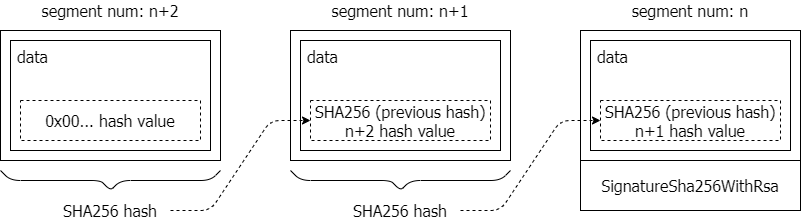
Above: img/acm21-hash01.png in uni2u/difs (draw.io), before the change. Source tidied: cells renumbered, new cells last; positions are measured from the earlier drawing's top-left corner, leaving out a move shared by most shapes.
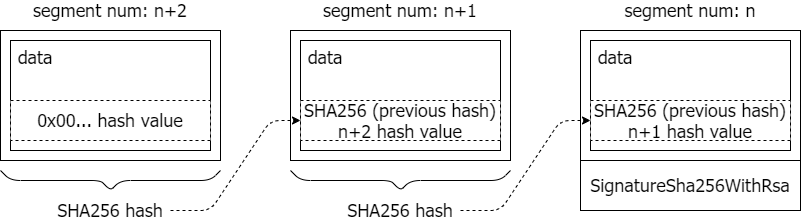
Later version of the same file.

The edit, as a diff of the source:
```diff
@@ -2,43 +2,43 @@
   <root>
     <mxCell id="0" />
     <mxCell id="1" parent="0" />
-    <mxCell id="2" style="rounded=0;whiteSpace=wrap;html=1;fontFamily=Tahoma;fontSize=16;" parent="1" vertex="1">
+    <mxCell id="2" style="rounded=0;whiteSpace=wrap;html=1;fontFamily=Tahoma;fontSize=18;" parent="1" vertex="1">
       <mxGeometry y="30" width="220" height="130" as="geometry" />
     </mxCell>
-    <mxCell id="3" value="&amp;nbsp;data" style="rounded=0;whiteSpace=wrap;html=1;fontFamily=Tahoma;fontSize=16;align=left;verticalAlign=top;" parent="1" vertex="1">
+    <mxCell id="3" value="&amp;nbsp;data" style="rounded=0;whiteSpace=wrap;html=1;fontFamily=Tahoma;fontSize=18;align=left;verticalAlign=top;" parent="1" vertex="1">
       <mxGeometry x="10" y="40" width="200" height="110" as="geometry" />
     </mxCell>
-    <mxCell id="4" value="0x00... hash value" style="rounded=0;whiteSpace=wrap;html=1;fontFamily=Tahoma;fontSize=16;align=center;dashed=1;" parent="1" vertex="1">
-      <mxGeometry x="20" y="100" width="180" height="40" as="geometry" />
+    <mxCell id="4" value="0x00... hash value" style="rounded=0;whiteSpace=wrap;html=1;fontFamily=Tahoma;fontSize=18;align=center;dashed=1;" parent="1" vertex="1">
+      <mxGeometry x="10" y="100" width="200" height="40" as="geometry" />
     </mxCell>
-    <mxCell id="5" style="rounded=0;whiteSpace=wrap;html=1;fontFamily=Tahoma;fontSize=16;" parent="1" vertex="1">
+    <mxCell id="5" style="rounded=0;whiteSpace=wrap;html=1;fontFamily=Tahoma;fontSize=18;" parent="1" vertex="1">
       <mxGeometry x="290" y="30" width="220" height="130" as="geometry" />
     </mxCell>
-    <mxCell id="6" value="&amp;nbsp;data" style="rounded=0;whiteSpace=wrap;html=1;fontFamily=Tahoma;fontSize=16;align=left;verticalAlign=top;" parent="1" vertex="1">
+    <mxCell id="6" value="&amp;nbsp;data" style="rounded=0;whiteSpace=wrap;html=1;fontFamily=Tahoma;fontSize=18;align=left;verticalAlign=top;" parent="1" vertex="1">
       <mxGeometry x="300" y="40" width="200" height="110" as="geometry" />
     </mxCell>
-    <mxCell id="7" value="SHA256 (previous hash)&lt;br style=&quot;font-size: 16px;&quot;&gt;n+2 hash value" style="rounded=0;whiteSpace=wrap;html=1;fontFamily=Tahoma;fontSize=16;align=center;dashed=1;" parent="1" vertex="1">
-      <mxGeometry x="310" y="100" width="180" height="40" as="geometry" />
+    <mxCell id="7" value="SHA256 (previous hash)&lt;br style=&quot;font-size: 18px;&quot;&gt;n+2 hash value" style="rounded=0;whiteSpace=wrap;html=1;fontFamily=Tahoma;fontSize=18;align=center;dashed=1;" parent="1" vertex="1">
+      <mxGeometry x="300" y="100" width="200" height="40" as="geometry" />
     </mxCell>
-    <mxCell id="8" style="rounded=0;whiteSpace=wrap;html=1;fontFamily=Tahoma;fontSize=16;" parent="1" vertex="1">
+    <mxCell id="8" style="rounded=0;whiteSpace=wrap;html=1;fontFamily=Tahoma;fontSize=18;" parent="1" vertex="1">
       <mxGeometry x="580" y="30" width="220" height="130" as="geometry" />
     </mxCell>
-    <mxCell id="9" value="&amp;nbsp;data" style="rounded=0;whiteSpace=wrap;html=1;fontFamily=Tahoma;fontSize=16;align=left;verticalAlign=top;" parent="1" vertex="1">
+    <mxCell id="9" value="&amp;nbsp;data" style="rounded=0;whiteSpace=wrap;html=1;fontFamily=Tahoma;fontSize=18;align=left;verticalAlign=top;" parent="1" vertex="1">
       <mxGeometry x="590" y="40" width="200" height="110" as="geometry" />
     </mxCell>
-    <mxCell id="10" value="SHA256 (previous hash)&lt;br style=&quot;font-size: 16px;&quot;&gt;n+1 hash value" style="rounded=0;whiteSpace=wrap;html=1;fontFamily=Tahoma;fontSize=16;align=center;dashed=1;" parent="1" vertex="1">
-      <mxGeometry x="600" y="100" width="180" height="40" as="geometry" />
+    <mxCell id="10" value="SHA256 (previous hash)&lt;br style=&quot;font-size: 18px;&quot;&gt;n+1 hash value" style="rounded=0;whiteSpace=wrap;html=1;fontFamily=Tahoma;fontSize=18;align=center;dashed=1;" parent="1" vertex="1">
+      <mxGeometry x="590" y="100" width="200" height="40" as="geometry" />
     </mxCell>
-    <mxCell id="11" value="segment num: n+2" style="text;html=1;strokeColor=none;fillColor=none;align=center;verticalAlign=middle;whiteSpace=wrap;rounded=0;dashed=1;fontFamily=Tahoma;fontSize=16;" parent="1" vertex="1">
+    <mxCell id="11" value="segment num: n+2" style="text;html=1;strokeColor=none;fillColor=none;align=center;verticalAlign=middle;whiteSpace=wrap;rounded=0;dashed=1;fontFamily=Tahoma;fontSize=18;" parent="1" vertex="1">
       <mxGeometry width="220" height="20" as="geometry" />
     </mxCell>
-    <mxCell id="12" value="segment num: n+1" style="text;html=1;strokeColor=none;fillColor=none;align=center;verticalAlign=middle;whiteSpace=wrap;rounded=0;dashed=1;fontFamily=Tahoma;fontSize=16;" parent="1" vertex="1">
+    <mxCell id="12" value="segment num: n+1" style="text;html=1;strokeColor=none;fillColor=none;align=center;verticalAlign=middle;whiteSpace=wrap;rounded=0;dashed=1;fontFamily=Tahoma;fontSize=18;" parent="1" vertex="1">
       <mxGeometry x="290" width="220" height="20" as="geometry" />
     </mxCell>
-    <mxCell id="13" value="segment num: n" style="text;html=1;strokeColor=none;fillColor=none;align=center;verticalAlign=middle;whiteSpace=wrap;rounded=0;dashed=1;fontFamily=Tahoma;fontSize=16;" parent="1" vertex="1">
+    <mxCell id="13" value="segment num: n" style="text;html=1;strokeColor=none;fillColor=none;align=center;verticalAlign=middle;whiteSpace=wrap;rounded=0;dashed=1;fontFamily=Tahoma;fontSize=18;" parent="1" vertex="1">
       <mxGeometry x="580" width="220" height="20" as="geometry" />
     </mxCell>
-    <mxCell id="14" style="endArrow=none;html=1;fontFamily=Tahoma;fontSize=16;" parent="1" edge="1">
+    <mxCell id="14" style="endArrow=none;html=1;fontFamily=Tahoma;fontSize=18;" parent="1" edge="1">
       <mxGeometry relative="1" as="geometry">
         <mxPoint x="220" y="170" as="sourcePoint" />
         <mxPoint y="170" as="targetPoint" />
@@ -51,10 +51,10 @@
         </Array>
       </mxGeometry>
     </mxCell>
-    <mxCell id="15" value="SHA256 hash" style="text;html=1;strokeColor=none;fillColor=none;align=center;verticalAlign=middle;whiteSpace=wrap;rounded=0;dashed=1;fontFamily=Tahoma;fontSize=16;" parent="1" vertex="1">
+    <mxCell id="15" value="SHA256 hash" style="text;html=1;strokeColor=none;fillColor=none;align=center;verticalAlign=middle;whiteSpace=wrap;rounded=0;dashed=1;fontFamily=Tahoma;fontSize=18;" parent="1" vertex="1">
       <mxGeometry x="50" y="200" width="120" height="20" as="geometry" />
     </mxCell>
-    <mxCell id="16" style="endArrow=classic;html=1;fontFamily=Tahoma;fontSize=16;exitX=1;exitY=0.5;exitDx=0;exitDy=0;entryX=0;entryY=0.5;entryDx=0;entryDy=0;dashed=1;" parent="1" edge="1" source="15" target="7">
+    <mxCell id="16" style="endArrow=classic;html=1;fontFamily=Tahoma;fontSize=18;exitX=1;exitY=0.5;exitDx=0;exitDy=0;entryX=0;entryY=0.5;entryDx=0;entryDy=0;dashed=1;" parent="1" edge="1" source="15" target="7">
       <mxGeometry relative="1" as="geometry">
         <Array as="points">
           <mxPoint x="210" y="210" />
@@ -62,7 +62,7 @@
         </Array>
       </mxGeometry>
     </mxCell>
-    <mxCell id="17" style="endArrow=none;html=1;fontFamily=Tahoma;fontSize=16;" parent="1" edge="1">
+    <mxCell id="17" style="endArrow=none;html=1;fontFamily=Tahoma;fontSize=18;" parent="1" edge="1">
       <mxGeometry relative="1" as="geometry">
         <mxPoint x="510" y="170" as="sourcePoint" />
         <mxPoint x="290" y="170" as="targetPoint" />
@@ -75,10 +75,10 @@
         </Array>
       </mxGeometry>
     </mxCell>
-    <mxCell id="18" value="SHA256 hash" style="text;html=1;strokeColor=none;fillColor=none;align=center;verticalAlign=middle;whiteSpace=wrap;rounded=0;dashed=1;fontFamily=Tahoma;fontSize=16;" parent="1" vertex="1">
+    <mxCell id="18" value="SHA256 hash" style="text;html=1;strokeColor=none;fillColor=none;align=center;verticalAlign=middle;whiteSpace=wrap;rounded=0;dashed=1;fontFamily=Tahoma;fontSize=18;" parent="1" vertex="1">
       <mxGeometry x="340" y="200" width="120" height="20" as="geometry" />
     </mxCell>
-    <mxCell id="19" style="endArrow=classic;html=1;fontFamily=Tahoma;fontSize=16;dashed=1;exitX=1;exitY=0.5;exitDx=0;exitDy=0;entryX=0;entryY=0.5;entryDx=0;entryDy=0;" parent="1" edge="1" source="18" target="10">
+    <mxCell id="19" style="endArrow=classic;html=1;fontFamily=Tahoma;fontSize=18;dashed=1;exitX=1;exitY=0.5;exitDx=0;exitDy=0;entryX=0;entryY=0.5;entryDx=0;entryDy=0;" parent="1" edge="1" source="18" target="10">
       <mxGeometry relative="1" as="geometry">
         <Array as="points">
           <mxPoint x="500" y="210" />
@@ -86,7 +86,7 @@
         </Array>
       </mxGeometry>
     </mxCell>
-    <mxCell id="20" value="&lt;span style=&quot;text-align: left&quot;&gt;SignatureSha256WithRsa&lt;/span&gt;" style="rounded=0;whiteSpace=wrap;html=1;fontFamily=Tahoma;fontSize=16;" parent="1" vertex="1">
+    <mxCell id="20" value="&lt;span style=&quot;text-align: left; font-size: 18px;&quot;&gt;SignatureSha256WithRsa&lt;/span&gt;" style="rounded=0;whiteSpace=wrap;html=1;fontFamily=Tahoma;fontSize=18;" parent="1" vertex="1">
       <mxGeometry x="580" y="160" width="220" height="50" as="geometry" />
     </mxCell>
   </root>
```
